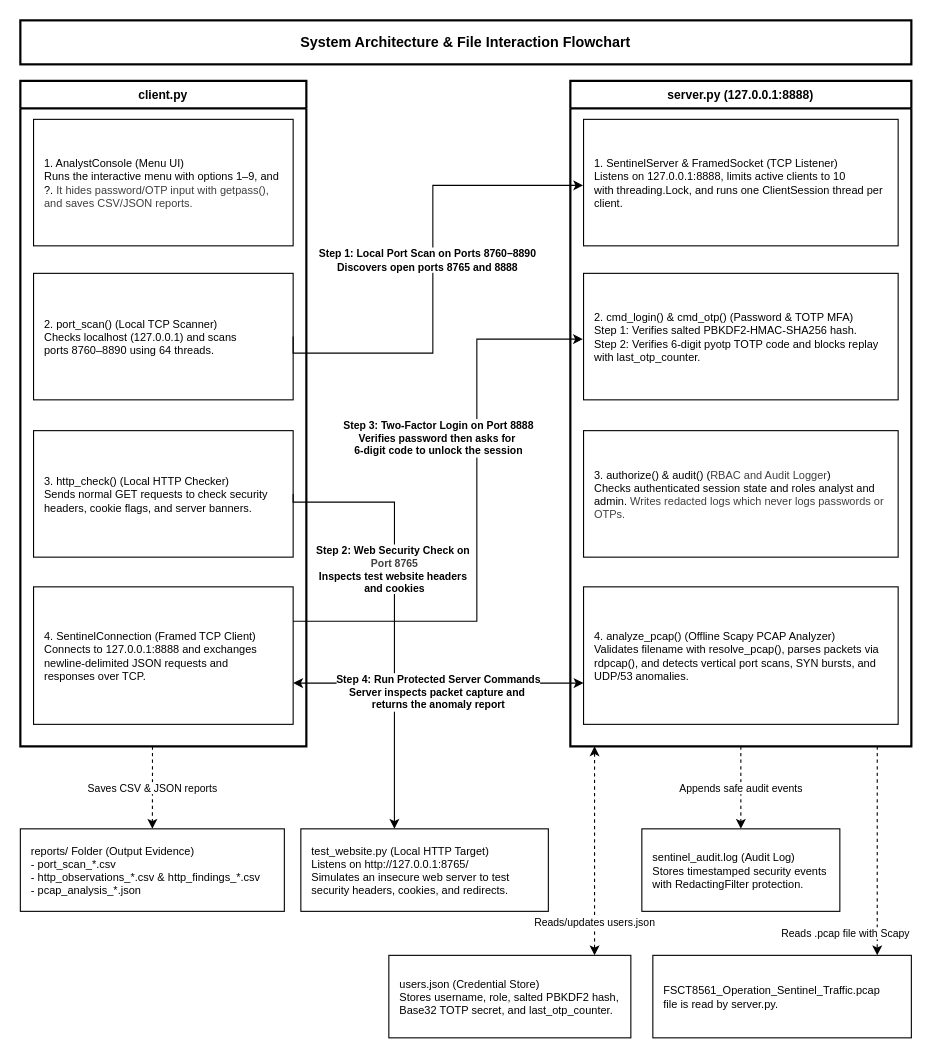
wotprizzleR6/FSCT8561-Midterm-Billy-Zandan keeps this draw.io diagram as portrait.drawio. Above is the earlier version. Source tidied: cells renumbered, new cells numbered last; positions are measured from the earlier drawing's top-left corner, leaving out a move shared by most shapes. Both pictures are drawn from the tidied source at 110%, with x=0, y=0 at pixel (20, 20).
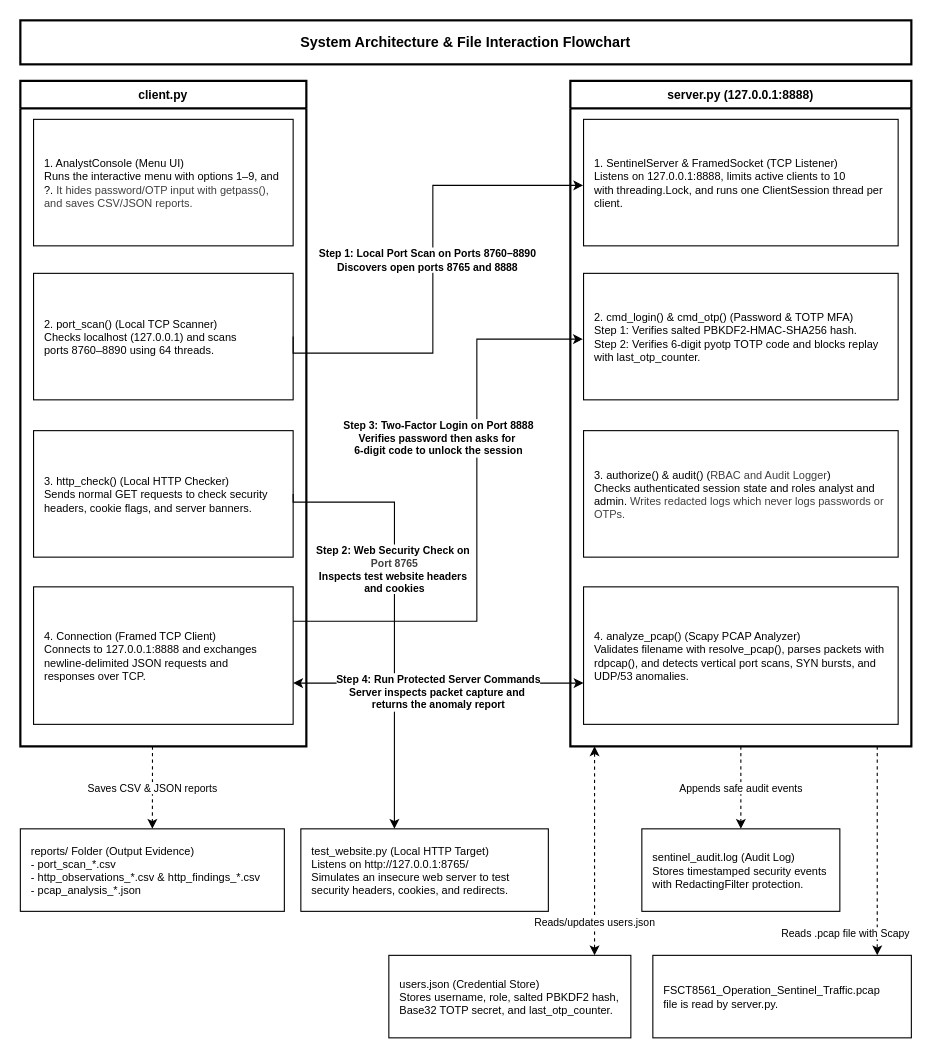
Above is the later version.

Unchanged cells that the change refers to:
```xml
<mxCell id="3" value="&lt;b&gt;client.py&lt;/b&gt;" style="swimlane;whiteSpace=wrap;html=1;startSize=25;strokeWidth=2;fontSize=11;fillColor=#ffffff;strokeColor=#000000;swimlaneFillColor=#ffffff;" parent="1" vertex="1">
  <mxGeometry y="55" width="260" height="605" as="geometry" />
</mxCell>
<mxCell id="8" value="&lt;b&gt;server.py (127.0.0.1:8888)&lt;/b&gt;" style="swimlane;whiteSpace=wrap;html=1;startSize=25;strokeWidth=2;fontSize=11;fillColor=#ffffff;strokeColor=#000000;swimlaneFillColor=#ffffff;" parent="1" vertex="1">
  <mxGeometry x="500" y="55" width="310" height="605" as="geometry" />
</mxCell>
```

Diff of the diagram source:
```diff
@@
-    <mxCell id="7" value="4. SentinelConnection (Framed TCP Client)&lt;br&gt;Connects to 127.0.0.1:8888 and  exchanges&amp;nbsp;&lt;div&gt;newline-delimited JSON  requests and&amp;nbsp;&lt;/div&gt;&lt;div&gt;responses over TCP.&lt;/div&gt;" style="rounded=0;whiteSpace=wrap;html=1;align=left;verticalAlign=middle;spacingLeft=8;spacingRight=6;fontSize=10;fillColor=#ffffff;strokeColor=#000000;" parent="3" vertex="1">
+    <mxCell id="7" value="4. Connection (Framed TCP Client)&lt;br&gt;Connects to 127.0.0.1:8888 and  exchanges&amp;nbsp;&lt;div&gt;newline-delimited JSON  requests and&amp;nbsp;&lt;/div&gt;&lt;div&gt;responses over TCP.&lt;/div&gt;" style="rounded=0;whiteSpace=wrap;html=1;align=left;verticalAlign=middle;spacingLeft=8;spacingRight=6;fontSize=10;fillColor=#ffffff;strokeColor=#000000;" parent="3" vertex="1">
       <mxGeometry x="12" y="460" width="236" height="125" as="geometry" />
     </mxCell>
@@
-    <mxCell id="12" value="4. analyze_pcap() (Offline Scapy PCAP Analyzer)&lt;br&gt;Validates filename with resolve_pcap(), parses packets via rdpcap(), and detects vertical port scans, SYN bursts, and UDP/53 anomalies." style="rounded=0;whiteSpace=wrap;html=1;align=left;verticalAlign=middle;spacingLeft=8;spacingRight=6;fontSize=10;fillColor=#ffffff;strokeColor=#000000;" parent="8" vertex="1">
+    <mxCell id="12" value="4. analyze_pcap() (Scapy PCAP Analyzer)&lt;br&gt;Validates filename with resolve_pcap(), parses packets with rdpcap(), and detects vertical port scans, SYN bursts, and UDP/53 anomalies." style="rounded=0;whiteSpace=wrap;html=1;align=left;verticalAlign=middle;spacingLeft=8;spacingRight=6;fontSize=10;fillColor=#ffffff;strokeColor=#000000;" parent="8" vertex="1">
       <mxGeometry x="12" y="460" width="286" height="125" as="geometry" />
     </mxCell>
```
